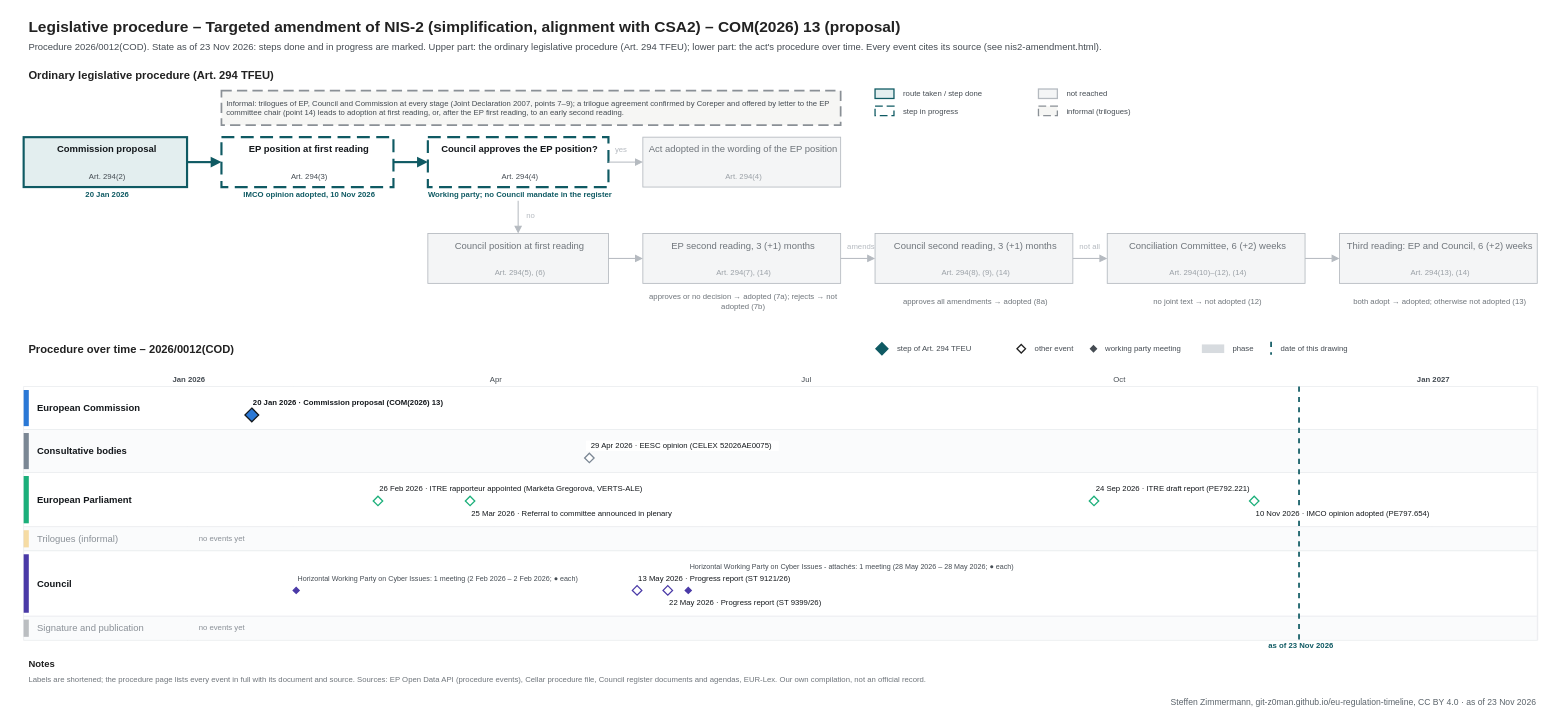
The draw.io diagram procedures/nis2-amendment.drawio in git-z0man/eu-regulation-timeline, before the edit. Source tidied: cells renumbered, new cells numbered last; positions are measured from the earlier drawing's top-left corner, leaving out a move shared by most shapes. Both pictures are drawn from the tidied source at 86%, with x=0, y=0 at pixel (15, 15).
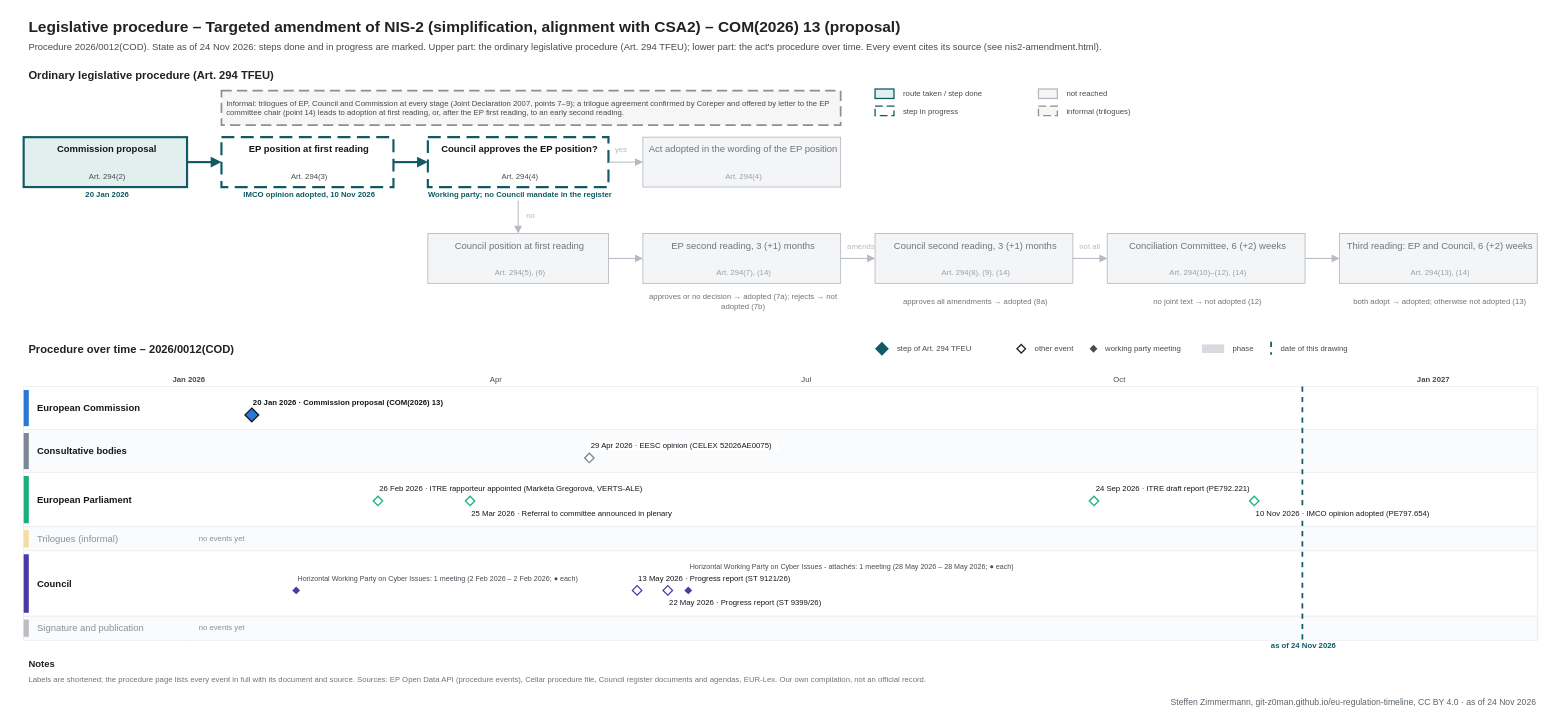
The same page after the edit.

What changed in the source:
```diff
@@
-    <mxCell id="3" value="Procedure 2026/0012(COD). State as of 23 Nov 2026: steps done and in progress are marked. Upper part: the ordinary legislative procedure (Art. 294 TFEU); lower part: the act's procedure over time. Every event cites its source (see nis2-amendment.html)." style="text;html=1;fontSize=11;fontColor=#454c53;align=left;verticalAlign=middle;spacingLeft=4;" parent="1" vertex="1">
+    <mxCell id="3" value="Procedure 2026/0012(COD). State as of 24 Nov 2026: steps done and in progress are marked. Upper part: the ordinary legislative procedure (Art. 294 TFEU); lower part: the act's procedure over time. Every event cites its source (see nis2-amendment.html)." style="text;html=1;fontSize=11;fontColor=#454c53;align=left;verticalAlign=middle;spacingLeft=4;" parent="1" vertex="1">
       <mxGeometry x="10" y="28" width="1700" height="18" as="geometry" />
     </mxCell>
@@
     <mxCell id="111" style="line;html=1;strokeWidth=2;strokeColor=#0f5a63;direction=south;dashed=1;" parent="1" vertex="1">
-      <mxGeometry x="1492.5" y="432" width="1" height="295" as="geometry" />
+      <mxGeometry x="1496.4" y="432" width="1" height="295" as="geometry" />
     </mxCell>
-    <mxCell id="112" value="as of 23 Nov 2026" style="text;html=1;fontSize=9;fontColor=#0f5a63;align=center;verticalAlign=middle;spacingLeft=4;fontStyle=1;" parent="1" vertex="1">
-      <mxGeometry x="1432.5" y="728" width="120" height="12" as="geometry" />
+    <mxCell id="112" value="as of 24 Nov 2026" style="text;html=1;fontSize=9;fontColor=#0f5a63;align=center;verticalAlign=middle;spacingLeft=4;fontStyle=1;" parent="1" vertex="1">
+      <mxGeometry x="1436.4" y="728" width="120" height="12" as="geometry" />
     </mxCell>
@@
-    <mxCell id="135" value="Steffen Zimmermann, git-z0man.github.io/eu-regulation-timeline, CC BY 4.0 · as of 23 Nov 2026" style="text;html=1;fontSize=10;fontColor=#5b646b;align=right;verticalAlign=middle;spacingLeft=4;" parent="1" vertex="1">
+    <mxCell id="135" value="Steffen Zimmermann, git-z0man.github.io/eu-regulation-timeline, CC BY 4.0 · as of 24 Nov 2026" style="text;html=1;fontSize=10;fontColor=#5b646b;align=right;verticalAlign=middle;spacingLeft=4;" parent="1" vertex="1">
       <mxGeometry x="10" y="791" width="1760" height="16" as="geometry" />
     </mxCell>
```
